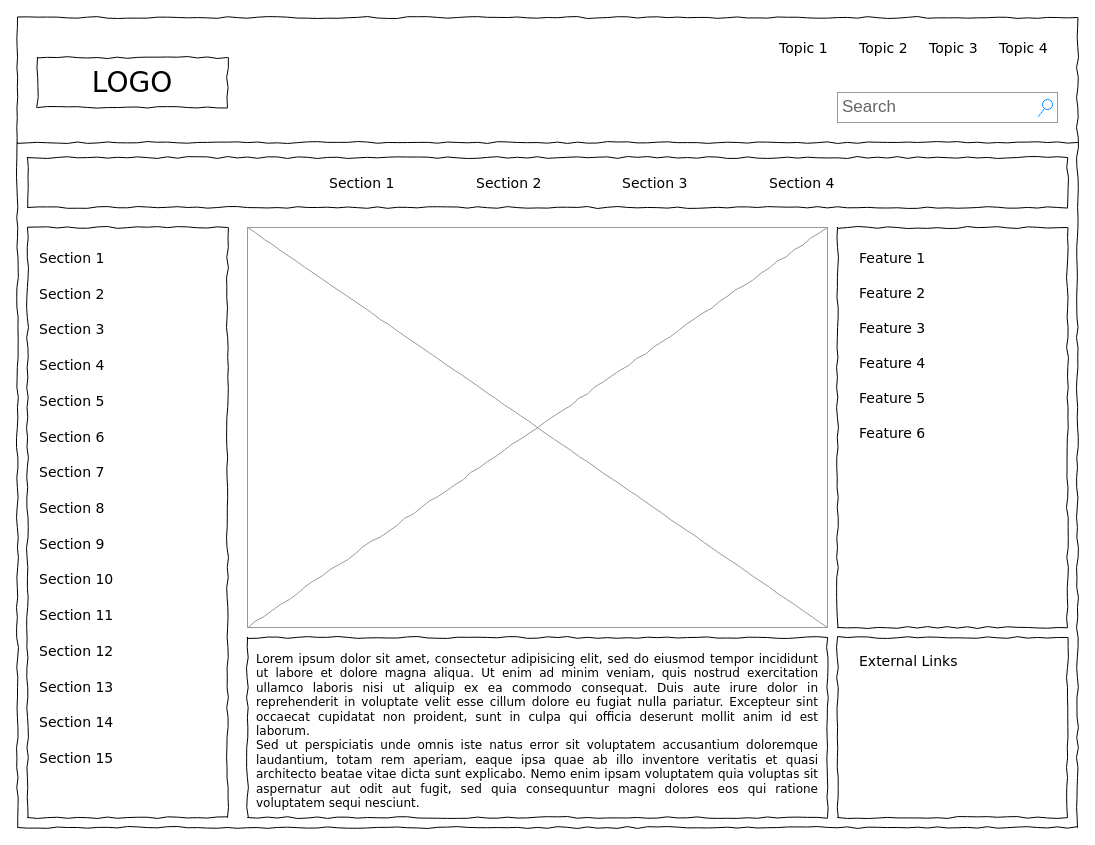
Earlier version of the draw.io diagram Untitled Diagram.drawio (wcr2023/wireframe1). Source tidied: cells renumbered, new cells numbered last; positions are measured from the earlier drawing's top-left corner, leaving out a move shared by most shapes. Both pictures are drawn from the tidied source at 100%, with x=0, y=0 at pixel (17, 17).
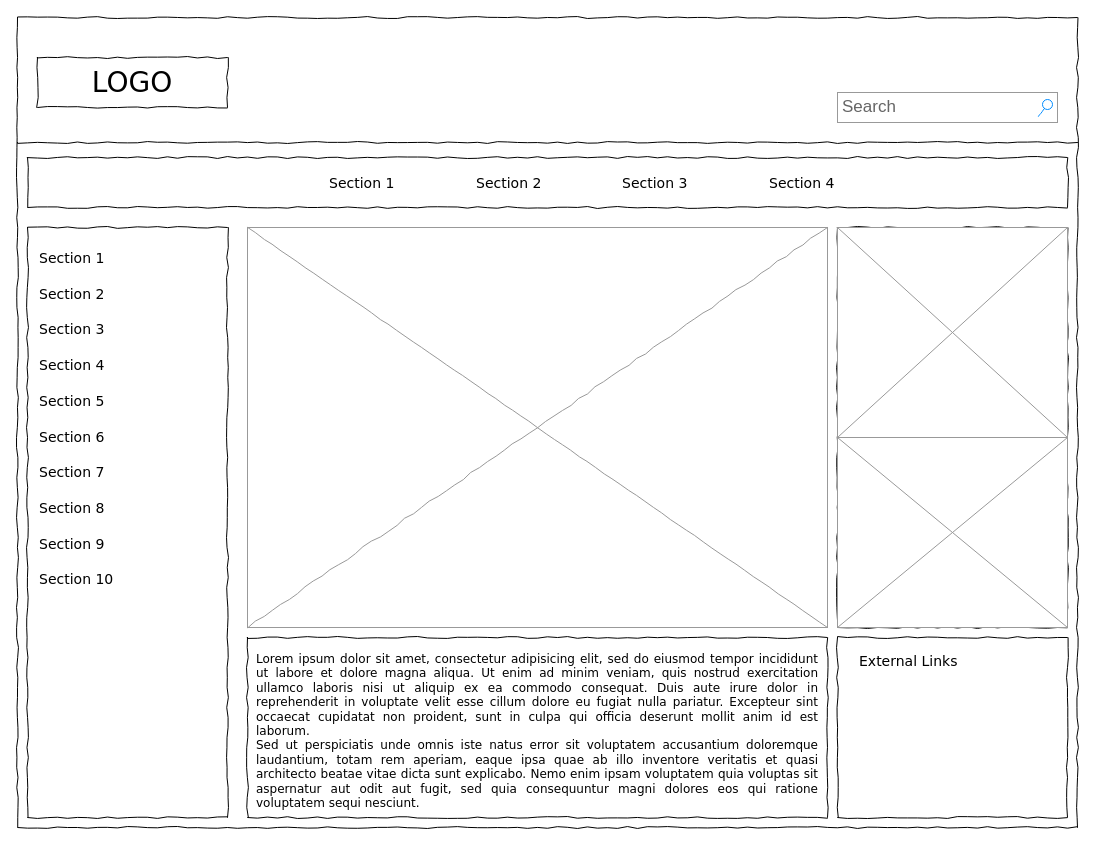
Above is the later version.

The edit, as a diff of the source:
```diff
@@
-    <mxCell id="5" value="Topic 1" style="text;html=1;align=left;verticalAlign=top;spacingTop=-4;fontSize=14;fontFamily=Verdana;" parent="1" vertex="1">
-      <mxGeometry x="760" y="20" width="60" height="20" as="geometry" />
-    </mxCell>
-    <mxCell id="6" value="Topic 2" style="text;html=1;align=left;verticalAlign=top;spacingTop=-4;fontSize=14;fontFamily=Verdana;" parent="1" vertex="1">
-      <mxGeometry x="840" y="20" width="60" height="20" as="geometry" />
-    </mxCell>
-    <mxCell id="7" value="Topic 3" style="text;html=1;align=left;verticalAlign=top;spacingTop=-4;fontSize=14;fontFamily=Verdana;" parent="1" vertex="1">
-      <mxGeometry x="910" y="20" width="60" height="20" as="geometry" />
-    </mxCell>
-    <mxCell id="8" value="Topic 4" style="text;html=1;align=left;verticalAlign=top;spacingTop=-4;fontSize=14;fontFamily=Verdana;" parent="1" vertex="1">
-      <mxGeometry x="980" y="20" width="60" height="20" as="geometry" />
-    </mxCell>
@@
-    <mxCell id="28" value="Section 11" style="text;html=1;align=left;verticalAlign=top;spacingTop=-4;fontSize=14;fontFamily=Verdana;" parent="1" vertex="1">
-      <mxGeometry x="20" y="587" width="170" height="20" as="geometry" />
-    </mxCell>
-    <mxCell id="29" value="Section 12" style="text;html=1;align=left;verticalAlign=top;spacingTop=-4;fontSize=14;fontFamily=Verdana;" parent="1" vertex="1">
-      <mxGeometry x="20" y="623" width="170" height="20" as="geometry" />
-    </mxCell>
-    <mxCell id="30" value="Section 13" style="text;html=1;align=left;verticalAlign=top;spacingTop=-4;fontSize=14;fontFamily=Verdana;" parent="1" vertex="1">
-      <mxGeometry x="20" y="659" width="170" height="20" as="geometry" />
-    </mxCell>
-    <mxCell id="31" value="Section 14" style="text;html=1;align=left;verticalAlign=top;spacingTop=-4;fontSize=14;fontFamily=Verdana;" parent="1" vertex="1">
-      <mxGeometry x="20" y="694" width="170" height="20" as="geometry" />
-    </mxCell>
@@
-    <mxCell id="34" value="Section 15" style="text;html=1;align=left;verticalAlign=top;spacingTop=-4;fontSize=14;fontFamily=Verdana;" parent="1" vertex="1">
-      <mxGeometry x="20" y="730" width="170" height="20" as="geometry" />
-    </mxCell>
@@
-    <mxCell id="36" value="Feature 1" style="text;html=1;align=left;verticalAlign=top;spacingTop=-4;fontSize=14;fontFamily=Verdana;" parent="1" vertex="1">
-      <mxGeometry x="840" y="230" width="170" height="20" as="geometry" />
-    </mxCell>
-    <mxCell id="37" value="Feature 2" style="text;html=1;align=left;verticalAlign=top;spacingTop=-4;fontSize=14;fontFamily=Verdana;" parent="1" vertex="1">
-      <mxGeometry x="840" y="265" width="170" height="20" as="geometry" />
-    </mxCell>
-    <mxCell id="38" value="Feature 3" style="text;html=1;align=left;verticalAlign=top;spacingTop=-4;fontSize=14;fontFamily=Verdana;" parent="1" vertex="1">
-      <mxGeometry x="840" y="300" width="170" height="20" as="geometry" />
-    </mxCell>
-    <mxCell id="39" value="Feature 4" style="text;html=1;align=left;verticalAlign=top;spacingTop=-4;fontSize=14;fontFamily=Verdana;" parent="1" vertex="1">
-      <mxGeometry x="840" y="335" width="170" height="20" as="geometry" />
-    </mxCell>
-    <mxCell id="40" value="Feature 5" style="text;html=1;align=left;verticalAlign=top;spacingTop=-4;fontSize=14;fontFamily=Verdana;" parent="1" vertex="1">
-      <mxGeometry x="840" y="370" width="170" height="20" as="geometry" />
-    </mxCell>
-    <mxCell id="41" value="Feature 6" style="text;html=1;align=left;verticalAlign=top;spacingTop=-4;fontSize=14;fontFamily=Verdana;" parent="1" vertex="1">
-      <mxGeometry x="840" y="405" width="170" height="20" as="geometry" />
-    </mxCell>
+    <mxCell id="42" style="verticalLabelPosition=bottom;shadow=0;dashed=0;align=center;html=1;verticalAlign=top;strokeWidth=1;shape=mxgraph.mockup.graphics.simpleIcon;strokeColor=#999999;" parent="1" vertex="1">
+      <mxGeometry x="820" y="210" width="230" height="210" as="geometry" />
+    </mxCell>
+    <mxCell id="43" style="verticalLabelPosition=bottom;shadow=0;dashed=0;align=center;html=1;verticalAlign=top;strokeWidth=1;shape=mxgraph.mockup.graphics.simpleIcon;strokeColor=#999999;" parent="1" vertex="1">
+      <mxGeometry x="820" y="420" width="230" height="190" as="geometry" />
+    </mxCell>
```
